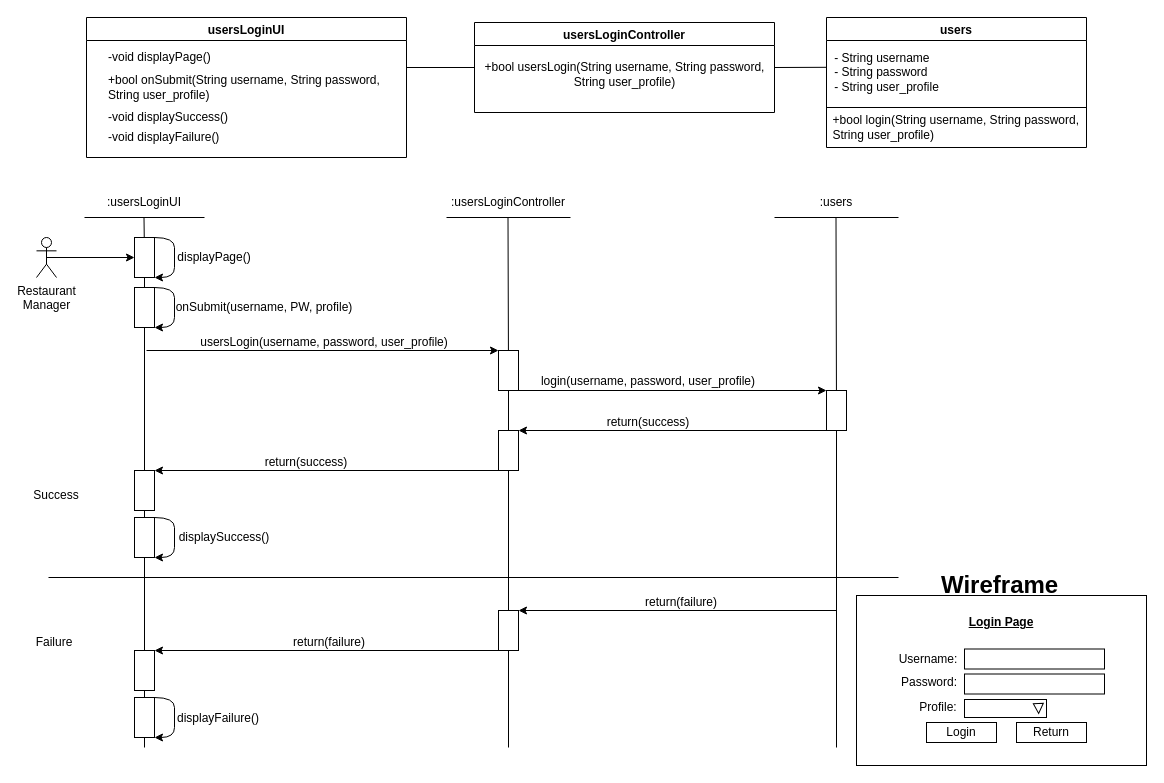
Above: BCE_UML_and_Diagrams/Userstory#13/UserStory#13_BCE_SEQ.drawio in extred5700/JAVAGUI-Restaurant-Table-Order-System (draw.io), before the change. Source tidied: cells renumbered, new cells numbered last; positions are measured from the earlier drawing's top-left corner, leaving out a move shared by most shapes. Both pictures are drawn from the tidied source at 100%, with x=0, y=0 at pixel (24, 17).
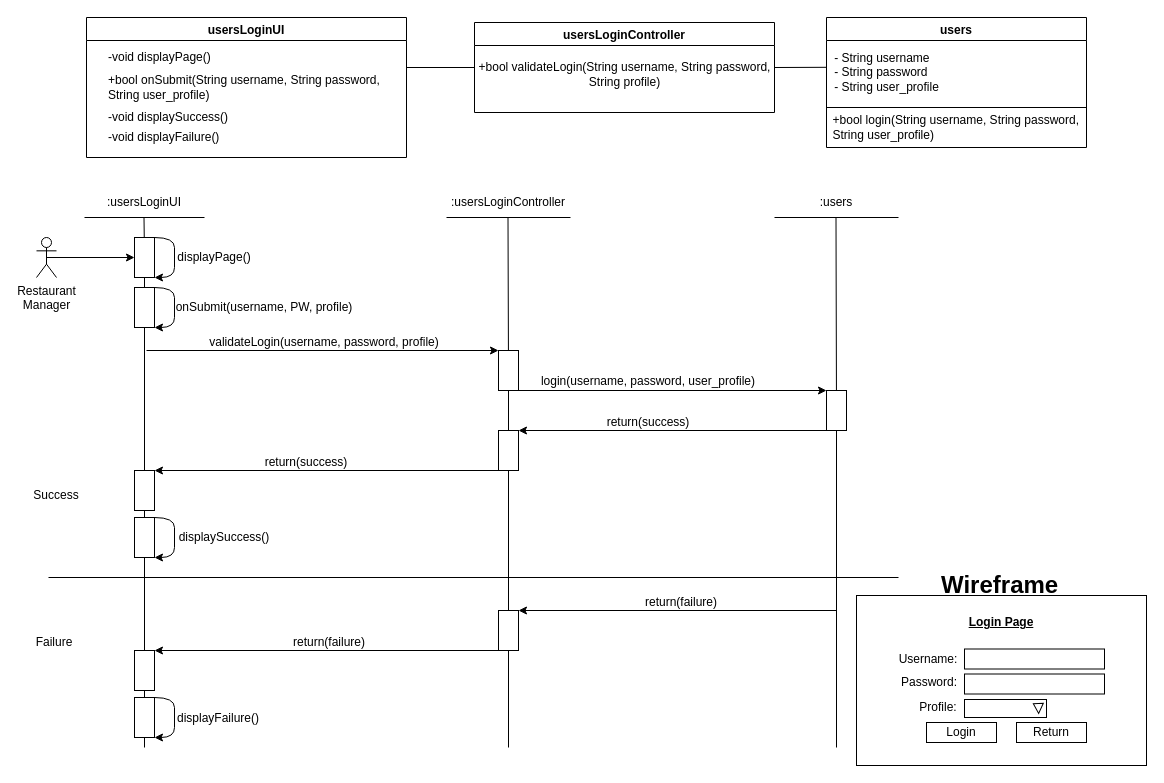
The same page after the edit.

What changed in the source:
```diff
@@
-    <mxCell id="35" value="usersLogin(username, password, user_profile)" style="text;html=1;strokeColor=none;fillColor=none;align=center;verticalAlign=middle;whiteSpace=wrap;rounded=0;" parent="1" vertex="1">
+    <mxCell id="35" value="validateLogin(username, password, profile)" style="text;html=1;strokeColor=none;fillColor=none;align=center;verticalAlign=middle;whiteSpace=wrap;rounded=0;" parent="1" vertex="1">
       <mxGeometry x="160" y="310" width="280" height="30" as="geometry" />
     </mxCell>
@@
-    <mxCell id="74" value="+bool usersLogin(String username, String password,&lt;br&gt;String user_profile)" style="text;html=1;align=center;verticalAlign=middle;strokeColor=none;fillColor=none;" parent="1" vertex="1">
-      <mxGeometry x="450" y="42" width="300" height="30" as="geometry" />
+    <mxCell id="74" value="+bool validateLogin(String username, String password,&lt;br&gt;String profile)" style="text;html=1;align=center;verticalAlign=middle;strokeColor=none;fillColor=none;" parent="1" vertex="1">
+      <mxGeometry x="445" y="42" width="310" height="30" as="geometry" />
     </mxCell>
```
